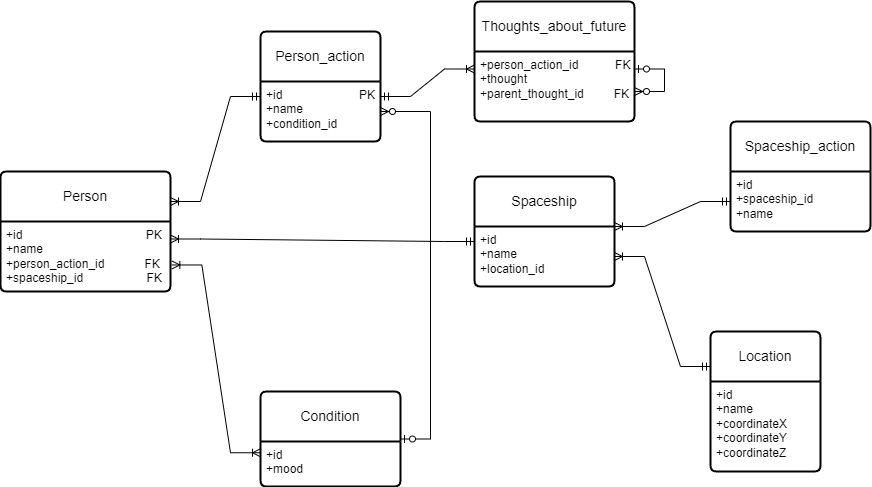
The draw.io diagram DataBases/lab1/InfologicDiagram.drawio.png in EgorovaVarvara/ITMO, before a commit. Source tidied: cells renumbered, new cells last; positions are measured from the earlier drawing's top-left corner, leaving out a move shared by most shapes.
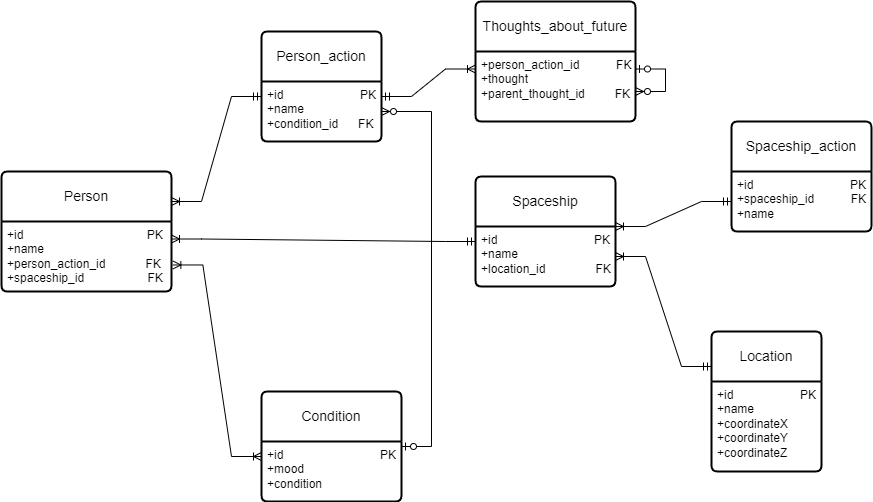
After the change.

The edit, as a diff of the source:
```diff
@@ -14,31 +14,31 @@
     <mxCell id="5" value="Person_action" style="swimlane;horizontal=1;startSize=50;rounded=1;fontSize=14;fontStyle=0;strokeWidth=2;shadow=0;dashed=0;align=center;arcSize=4;whiteSpace=wrap;html=1;" parent="1" vertex="1">
       <mxGeometry x="260" y="30" width="120" height="110" as="geometry" />
     </mxCell>
-    <mxCell id="6" value="+id&amp;nbsp; &amp;nbsp; &amp;nbsp; &amp;nbsp; &amp;nbsp; &amp;nbsp; &amp;nbsp; &amp;nbsp; &amp;nbsp; &amp;nbsp; &amp;nbsp; &amp;nbsp;PK&lt;br&gt;+name&lt;br&gt;+condition_id" style="align=left;strokeColor=none;fillColor=none;spacingLeft=4;fontSize=12;verticalAlign=top;html=1;" parent="5" vertex="1">
+    <mxCell id="6" value="+id&amp;nbsp; &amp;nbsp; &amp;nbsp; &amp;nbsp; &amp;nbsp; &amp;nbsp; &amp;nbsp; &amp;nbsp; &amp;nbsp; &amp;nbsp; &amp;nbsp; &amp;nbsp;PK&lt;br&gt;+name&lt;br&gt;+condition_id&amp;nbsp; &amp;nbsp; &amp;nbsp; FK&amp;nbsp; &amp;nbsp;" style="align=left;strokeColor=none;fillColor=none;spacingLeft=4;fontSize=12;verticalAlign=top;html=1;" parent="5" vertex="1">
       <mxGeometry y="50" width="120" height="60" as="geometry" />
     </mxCell>
     <mxCell id="7" value="Condition" style="swimlane;horizontal=1;startSize=50;rounded=1;fontSize=14;fontStyle=0;strokeWidth=2;shadow=0;dashed=0;align=center;arcSize=4;whiteSpace=wrap;html=1;" parent="1" vertex="1">
-      <mxGeometry x="260" y="390" width="140" height="95" as="geometry" />
+      <mxGeometry x="260" y="390" width="140" height="110" as="geometry" />
     </mxCell>
-    <mxCell id="8" value="+id&lt;br&gt;+mood" style="align=left;strokeColor=none;fillColor=none;spacingLeft=4;fontSize=12;verticalAlign=top;html=1;" parent="7" vertex="1">
-      <mxGeometry y="50" width="140" height="45" as="geometry" />
+    <mxCell id="8" value="+id&amp;nbsp; &amp;nbsp; &amp;nbsp; &amp;nbsp; &amp;nbsp; &amp;nbsp; &amp;nbsp; &amp;nbsp; &amp;nbsp; &amp;nbsp; &amp;nbsp; &amp;nbsp; &amp;nbsp; &amp;nbsp; &amp;nbsp;PK&lt;br&gt;+mood&lt;br&gt;+condition" style="align=left;strokeColor=none;fillColor=none;spacingLeft=4;fontSize=12;verticalAlign=top;html=1;" parent="7" vertex="1">
+      <mxGeometry y="50" width="140" height="60" as="geometry" />
     </mxCell>
     <mxCell id="9" value="Location" style="swimlane;horizontal=1;startSize=50;rounded=1;fontSize=14;fontStyle=0;strokeWidth=2;shadow=0;dashed=0;align=center;arcSize=4;whiteSpace=wrap;html=1;" parent="1" vertex="1">
       <mxGeometry x="710" y="330" width="110" height="140" as="geometry" />
     </mxCell>
-    <mxCell id="10" value="+id&lt;br&gt;+name&lt;br&gt;+coordinateX&lt;br&gt;+coordinateY&lt;br&gt;+coordinateZ" style="align=left;strokeColor=none;fillColor=none;spacingLeft=4;fontSize=12;verticalAlign=top;html=1;" parent="9" vertex="1">
+    <mxCell id="10" value="+id&amp;nbsp; &amp;nbsp; &amp;nbsp; &amp;nbsp; &amp;nbsp; &amp;nbsp; &amp;nbsp; &amp;nbsp; &amp;nbsp; &amp;nbsp; PK&lt;br&gt;+name&lt;br&gt;+coordinateX&lt;br&gt;+coordinateY&lt;br&gt;+coordinateZ" style="align=left;strokeColor=none;fillColor=none;spacingLeft=4;fontSize=12;verticalAlign=top;html=1;" parent="9" vertex="1">
       <mxGeometry y="50" width="110" height="90" as="geometry" />
     </mxCell>
     <mxCell id="11" value="Spaceship" style="swimlane;horizontal=1;startSize=50;rounded=1;fontSize=14;fontStyle=0;strokeWidth=2;shadow=0;dashed=0;align=center;arcSize=4;whiteSpace=wrap;html=1;" parent="1" vertex="1">
       <mxGeometry x="474" y="175" width="140" height="110" as="geometry" />
     </mxCell>
-    <mxCell id="12" value="+id&lt;br&gt;+name&lt;br&gt;+location_id" style="align=left;strokeColor=none;fillColor=none;spacingLeft=4;fontSize=12;verticalAlign=top;html=1;" parent="11" vertex="1">
+    <mxCell id="12" value="+id&amp;nbsp; &amp;nbsp; &amp;nbsp; &amp;nbsp; &amp;nbsp; &amp;nbsp; &amp;nbsp; &amp;nbsp; &amp;nbsp; &amp;nbsp; &amp;nbsp; &amp;nbsp; &amp;nbsp; &amp;nbsp; &amp;nbsp;PK&lt;br&gt;+name&lt;br&gt;+location_id&amp;nbsp; &amp;nbsp; &amp;nbsp; &amp;nbsp; &amp;nbsp; &amp;nbsp; &amp;nbsp; &amp;nbsp;FK" style="align=left;strokeColor=none;fillColor=none;spacingLeft=4;fontSize=12;verticalAlign=top;html=1;" parent="11" vertex="1">
       <mxGeometry y="50" width="140" height="60" as="geometry" />
     </mxCell>
     <mxCell id="13" value="Spaceship_action" style="swimlane;horizontal=1;startSize=50;rounded=1;fontSize=14;fontStyle=0;strokeWidth=2;shadow=0;dashed=0;align=center;arcSize=4;whiteSpace=wrap;html=1;" parent="1" vertex="1">
       <mxGeometry x="730" y="120" width="140" height="110" as="geometry" />
     </mxCell>
-    <mxCell id="14" value="+id&lt;br&gt;+spaceship_id&lt;br&gt;+name" style="align=left;strokeColor=none;fillColor=none;spacingLeft=4;fontSize=12;verticalAlign=top;html=1;" parent="13" vertex="1">
+    <mxCell id="14" value="+id&amp;nbsp; &amp;nbsp; &amp;nbsp; &amp;nbsp; &amp;nbsp; &amp;nbsp; &amp;nbsp; &amp;nbsp; &amp;nbsp; &amp;nbsp; &amp;nbsp; &amp;nbsp; &amp;nbsp; &amp;nbsp; &amp;nbsp;PK&lt;br&gt;+spaceship_id&amp;nbsp; &amp;nbsp; &amp;nbsp; &amp;nbsp; &amp;nbsp; &amp;nbsp;FK&lt;br&gt;+name" style="align=left;strokeColor=none;fillColor=none;spacingLeft=4;fontSize=12;verticalAlign=top;html=1;" parent="13" vertex="1">
       <mxGeometry y="50" width="140" height="60" as="geometry" />
     </mxCell>
     <mxCell id="15" style="edgeStyle=orthogonalEdgeStyle;rounded=0;orthogonalLoop=1;jettySize=auto;html=1;exitX=0.5;exitY=1;exitDx=0;exitDy=0;" parent="13" edge="1" source="14" target="14">
```
